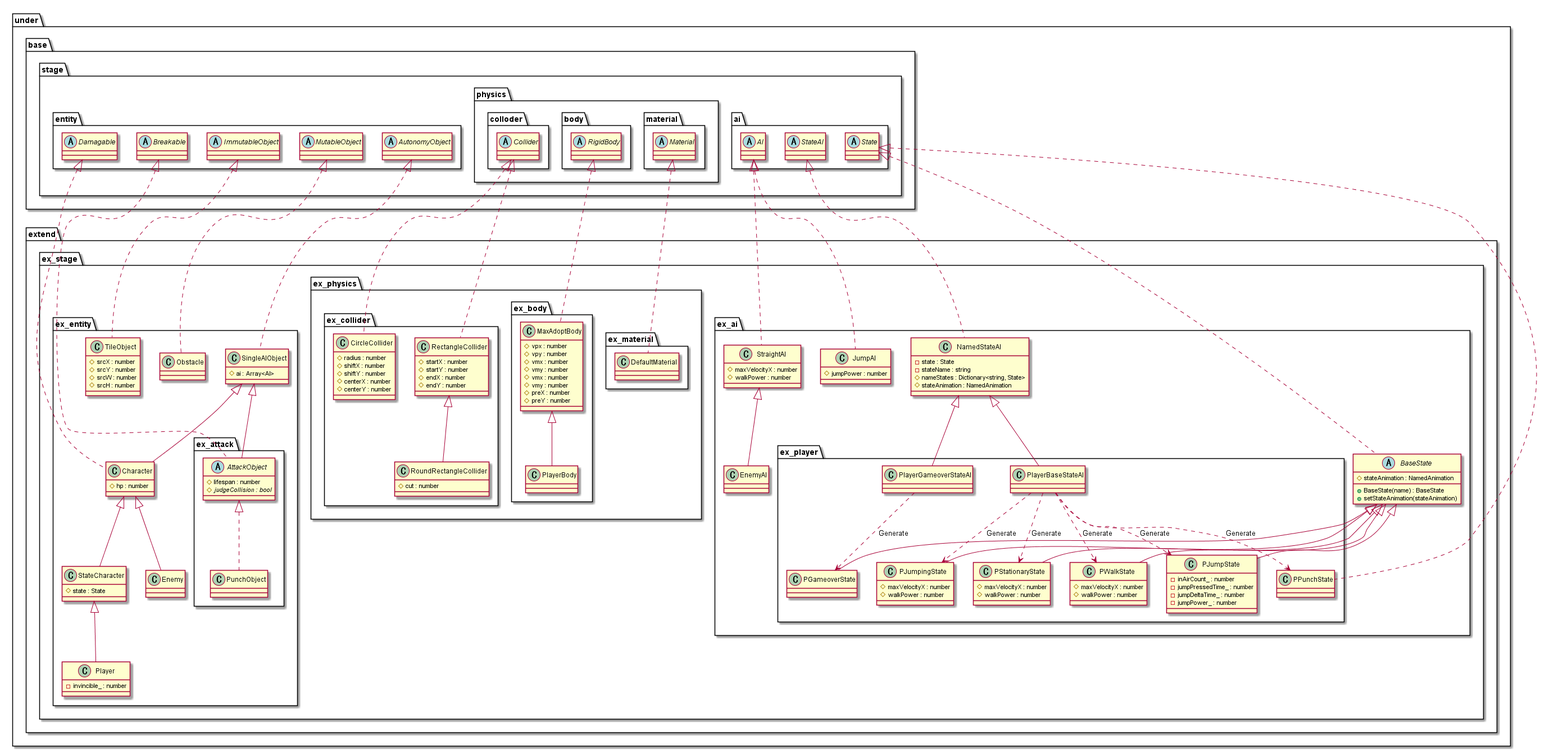
Earlier version of the PlantUML export out/uml/entity/Extend/EntityExtend.png (Expine/Under).
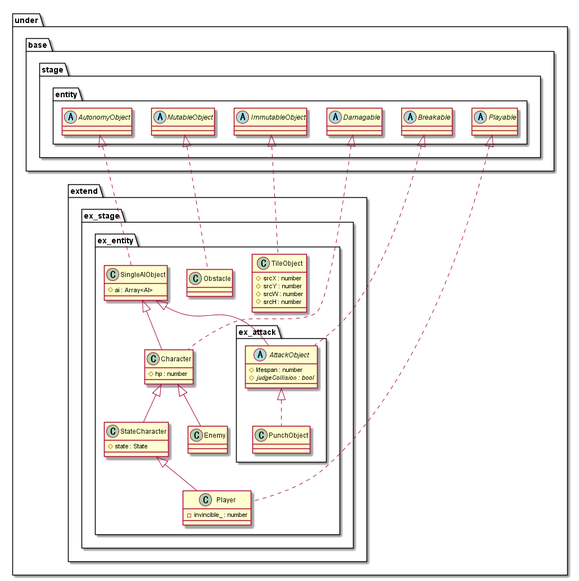
After the commit.

Diff of the diagram source:
```diff
@@ -32,89 +32,6 @@
                     class PunchObject
                 }
             }
-            package ex_physics {
-                package ex_collider {
-                    class CircleCollider {
-                        #radius : number
-                        #shiftX : number
-                        #shiftY : number
-                        #centerX : number
-                        #centerY : number
-                    }
-                    class RectangleCollider {
-                        #startX : number
-                        #startY : number
-                        #endX : number
-                        #endY : number
-                    }
-                    class RoundRectangleCollider {
-                        #cut : number
-                    }
-                }
-                package ex_body {
-                    class MaxAdoptBody {
-                        #vpx : number
-                        #vpy : number
-                        #vmx : number
-                        #vmy : number
-                        #vmx : number
-                        #vmy : number
-                        #preX : number
-                        #preY : number
-                    }
-                    class PlayerBody
-                }
-                package ex_material {
-                    class DefaultMaterial
-                }
-            }
-            package ex_ai {
-                class NamedStateAI {
-                    -state : State
-                    -stateName : string
-                    #nameStates : Dictionary<string, State>
-                    #stateAnimation : NamedAnimation
-                }
-                class StraightAI {
-                    #maxVelocityX : number
-                    #walkPower : number
-                }
-                class JumpAI {
-                    #jumpPower : number
-                }
-                class EnemyAI
-
-                abstract BaseState {
-                    +BaseState(name) : BaseState
-                    #stateAnimation : NamedAnimation
-                    +setStateAnimation(stateAnimation)
-                }
-
-                package ex_player {
-                    class PlayerBaseStateAI
-                    class PlayerGameoverStateAI
-                    class PStationaryState {
-                        #maxVelocityX : number
-                        #walkPower : number
-                    }
-                    class PWalkState {
-                        #maxVelocityX : number
-                        #walkPower : number
-                    }
-                    class PJumpState {
-                        -inAirCount_ : number
-                        -jumpPressedTime_ : number
-                        -jumpDeltaTime_ : number
-                        -jumpPower_ : number
-                    }
-                    class PJumpingState {
-                        #maxVelocityX : number
-                        #walkPower : number
-                    }
-                    class PPunchState
-                    class PGameoverState
-                }
-            }
         }
     }
 }
@@ -128,68 +45,25 @@
                 abstract AutonomyObject
                 abstract Damagable
                 abstract Breakable
-            }
-            package physics {
-                package colloder {
-                    abstract Collider
-                }
-                package body {
-                    abstract RigidBody
-                }
-                package material {
-                    abstract Material
-                }
-            }
-            package ai {
-                abstract AI
-                abstract StateAI
-                abstract State
+                abstract Playable
             }
         }
     }
 }
 
-PlayerBaseStateAI ..> PStationaryState : Generate
-PlayerBaseStateAI ..> PWalkState : Generate
-PlayerBaseStateAI ..> PJumpState : Generate
-PlayerBaseStateAI ..> PJumpingState : Generate
-PlayerBaseStateAI ..> PPunchState : Generate
-
-PlayerGameoverStateAI ..> PGameoverState : Generate
-
 ImmutableObject <|.. TileObject
 MutableObject <|.. Obstacle
 AutonomyObject <|.. SingleAIObject
+
 SingleAIObject <|-- Character
 Damagable <|.. Character
 Character <|-- StateCharacter
 StateCharacter <|-- Player
+Playable <|.. Player
 Character <|-- Enemy
 SingleAIObject <|-- AttackObject
 Breakable <|.. AttackObject
 AttackObject <|.. PunchObject
 
-Collider <|.. RectangleCollider
-Collider <|.. CircleCollider
-RectangleCollider <|-- RoundRectangleCollider
-RigidBody <|.. MaxAdoptBody
-MaxAdoptBody <|-- PlayerBody
-Material <|.. DefaultMaterial
-
-StateAI <|.. NamedStateAI
-AI <|.. StraightAI
-AI <|.. JumpAI
-StraightAI <|-- EnemyAI
-NamedStateAI <|-- PlayerBaseStateAI
-NamedStateAI <|-- PlayerGameoverStateAI
-
-State <|.. BaseState
-BaseState <|-- PStationaryState
-BaseState <|-- PWalkState
-BaseState <|-- PJumpState
-BaseState <|-- PJumpingState
-BaseState <|-- PGameoverState
-
-State <|.. PPunchState
 
 @enduml
```
